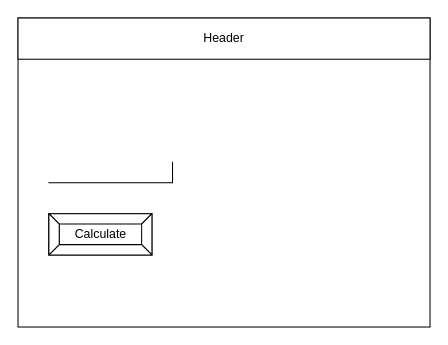
Earlier version of the draw.io diagram page "Page-1" (1 of 2) of design/story-board.drawio (ashley-monaghan/ICS2OR-Assignment-5). Source tidied: cells renumbered, new cells numbered last; positions are measured from the earlier drawing's top-left corner, leaving out a move shared by most shapes. Both pictures are drawn from the tidied source at 103%, with x=0, y=0 at pixel (18, 18).
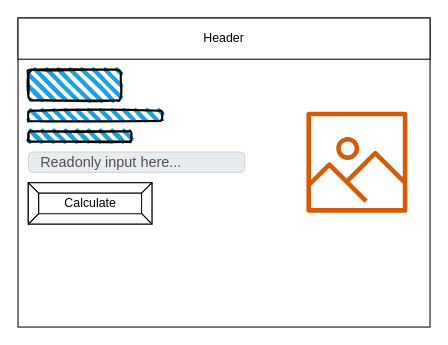
After the change.

The edit, as a diff of the source:
```diff
@@
 <mxGraphModel>
   <root>
     <mxCell id="0" />
     <mxCell id="1" parent="0" />
     <mxCell id="2" style="rounded=0;whiteSpace=wrap;html=1;" parent="1" vertex="1">
       <mxGeometry width="400" height="300" as="geometry" />
     </mxCell>
     <mxCell id="3" value="Header" style="rounded=0;whiteSpace=wrap;html=1;" parent="1" vertex="1">
       <mxGeometry width="400" height="40" as="geometry" />
     </mxCell>
-    <mxCell id="4" style="shape=partialRectangle;whiteSpace=wrap;html=1;top=0;left=0;fillColor=none;" parent="1" vertex="1">
-      <mxGeometry x="30" y="140" width="120" height="20" as="geometry" />
-    </mxCell>
     <mxCell id="5" value="Calculate" style="labelPosition=center;verticalLabelPosition=middle;align=center;html=1;shape=mxgraph.basic.button;dx=10;" parent="1" vertex="1">
-      <mxGeometry x="30" y="190" width="100" height="40" as="geometry" />
+      <mxGeometry x="10" y="160" width="120" height="40" as="geometry" />
     </mxCell>
+    <mxCell id="6" style="rounded=1;whiteSpace=wrap;html=1;strokeWidth=2;fillWeight=4;hachureGap=8;hachureAngle=45;fillColor=#1ba1e2;sketch=1;" parent="1" vertex="1">
+      <mxGeometry x="10" y="50" width="90" height="30" as="geometry" />
+    </mxCell>
+    <mxCell id="7" style="rounded=1;whiteSpace=wrap;html=1;strokeWidth=2;fillWeight=4;hachureGap=8;hachureAngle=45;fillColor=#1ba1e2;sketch=1;" parent="1" vertex="1">
+      <mxGeometry x="10" y="90" width="130" height="10" as="geometry" />
+    </mxCell>
+    <mxCell id="8" style="rounded=1;whiteSpace=wrap;html=1;strokeWidth=2;fillWeight=4;hachureGap=8;hachureAngle=45;fillColor=#1ba1e2;sketch=1;" parent="1" vertex="1">
+      <mxGeometry x="10" y="110" width="100" height="10" as="geometry" />
+    </mxCell>
+    <mxCell id="9" value="Readonly input here..." style="html=1;shadow=0;dashed=0;shape=mxgraph.bootstrap.rrect;rSize=5;strokeColor=#CED4DA;strokeWidth=1;fillColor=#E9ECEF;fontColor=#505050;whiteSpace=wrap;align=left;verticalAlign=middle;spacingLeft=10;fontSize=14;" parent="1" vertex="1">
+      <mxGeometry x="10" y="130" width="210" height="20" as="geometry" />
+    </mxCell>
+    <mxCell id="10" style="sketch=0;fontColor=#232F3E;gradientColor=none;fillColor=#D45B07;strokeColor=none;dashed=0;verticalLabelPosition=bottom;verticalAlign=top;align=center;html=1;fontSize=12;fontStyle=0;shape=mxgraph.aws4.container_registry_image;" parent="1" vertex="1">
+      <mxGeometry x="280" y="91" width="98" height="98" as="geometry" />
+    </mxCell>
   </root>
 </mxGraphModel>
```
